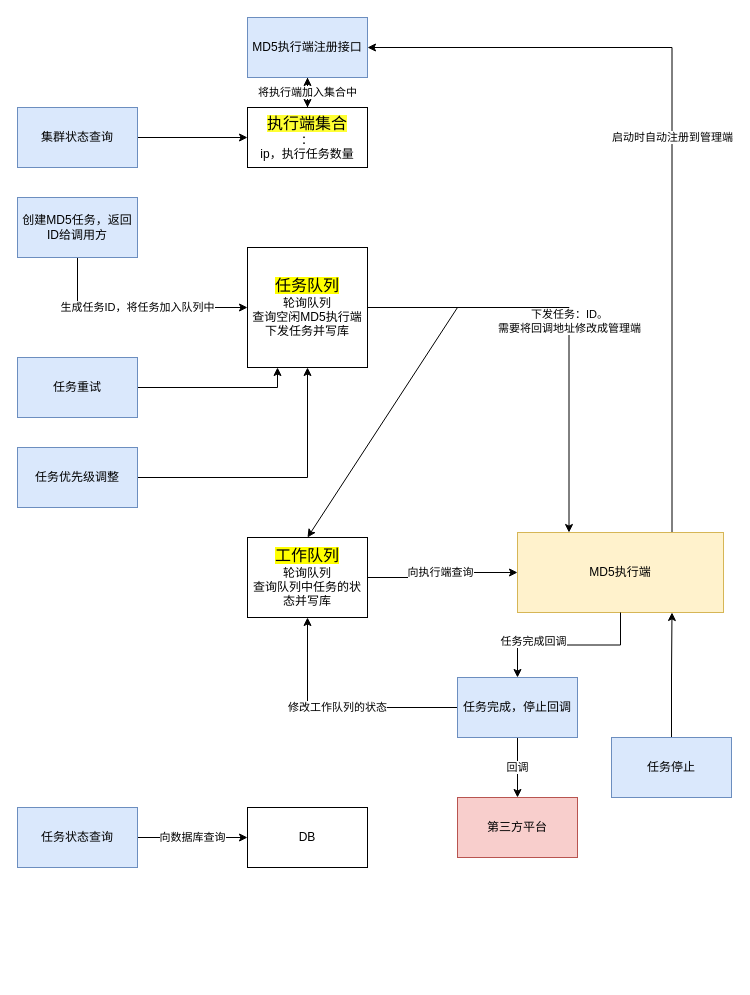
This is page "MD5管理端" (2 of 3) of md5.drawio from yzykami/MD5_draw, a draw.io file, before an edit. Source tidied: cells renumbered, new cells numbered last; positions are measured from the earlier drawing's top-left corner, leaving out a move shared by most shapes. Both pictures are drawn from the tidied source at 100%, with x=0, y=0 at pixel (17, 17).
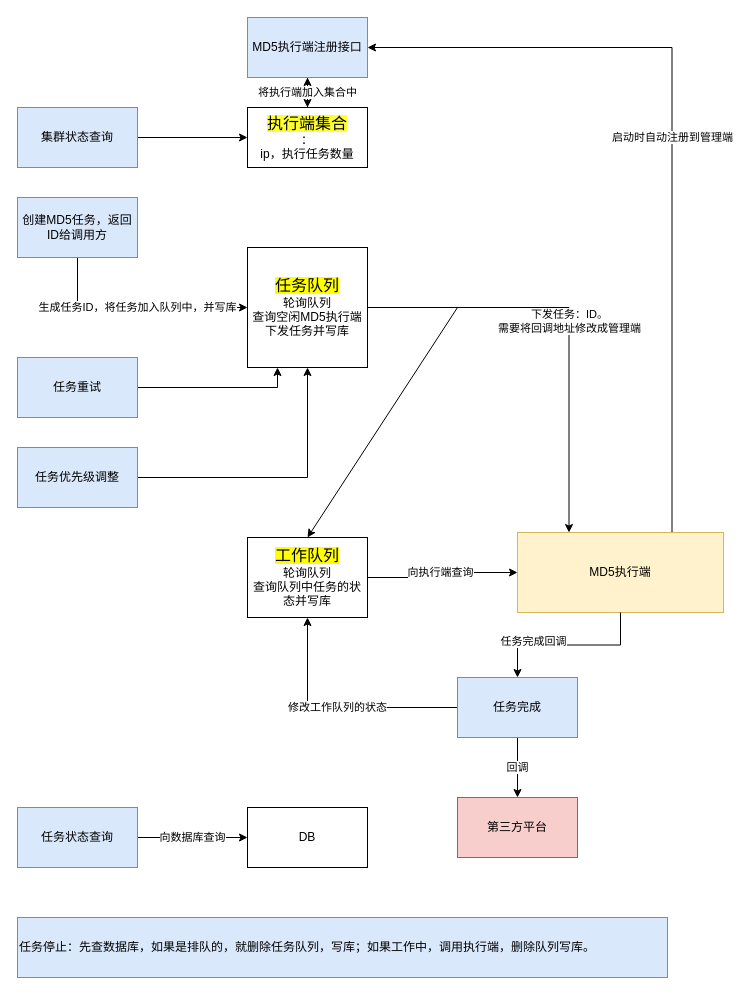
The same page after the edit.

The change refers to these unchanged cells:
```xml
<mxCell id="4" value="创建MD5任务，返回ID给调用方" style="rounded=0;whiteSpace=wrap;html=1;fillColor=#dae8fc;strokeColor=#6c8ebf;" parent="1" vertex="1">
  <mxGeometry y="180" width="120" height="60" as="geometry" />
</mxCell>
<mxCell id="8" value="MD5执行端" style="rounded=0;whiteSpace=wrap;html=1;fillColor=#fff2cc;strokeColor=#d6b656;" parent="1" vertex="1">
  <mxGeometry x="500" y="515" width="206" height="80" as="geometry" />
</mxCell>
<mxCell id="9" value="&lt;font style=&quot;font-size: 16px ; background-color: rgb(255 , 255 , 0)&quot;&gt;任务队列&lt;/font&gt;&lt;br&gt;轮询队列&lt;br&gt;查询空闲MD5执行端&lt;br&gt;下发任务并写库" style="whiteSpace=wrap;html=1;" parent="1" vertex="1">
  <mxGeometry x="230" y="230" width="120" height="120" as="geometry" />
</mxCell>
```

Diff of the diagram source:
```diff
@@
-    <mxCell id="3" value="生成任务ID，将任务加入队列中" style="edgeStyle=orthogonalEdgeStyle;rounded=0;jettySize=auto;html=1;entryX=0;entryY=0.5;entryDx=0;entryDy=0;exitX=0.5;exitY=1;exitDx=0;exitDy=0;" parent="1" edge="1" source="4" target="9">
+    <mxCell id="3" value="生成任务ID，将任务加入队列中，并写库" style="edgeStyle=orthogonalEdgeStyle;rounded=0;jettySize=auto;html=1;entryX=0;entryY=0.5;entryDx=0;entryDy=0;exitX=0.5;exitY=1;exitDx=0;exitDy=0;" parent="1" edge="1" source="4" target="9">
       <mxGeometry relative="1" as="geometry" />
     </mxCell>
@@
-    <mxCell id="18" style="edgeStyle=orthogonalEdgeStyle;rounded=0;jettySize=auto;html=1;entryX=0.75;entryY=1;entryDx=0;entryDy=0;" parent="1" edge="1" source="19" target="8">
-      <mxGeometry relative="1" as="geometry" />
-    </mxCell>
-    <mxCell id="19" value="任务停止" style="rounded=0;whiteSpace=wrap;html=1;fillColor=#dae8fc;strokeColor=#6c8ebf;" parent="1" vertex="1">
-      <mxGeometry x="594" y="720" width="120" height="60" as="geometry" />
+    <mxCell id="19" value="任务停止：先查数据库，如果是排队的，就删除任务队列，写库；如果工作中，调用执行端，删除队列写库。" style="rounded=0;whiteSpace=wrap;html=1;fillColor=#dae8fc;strokeColor=#6c8ebf;align=left;" parent="1" vertex="1">
+      <mxGeometry y="900" width="650" height="60" as="geometry" />
     </mxCell>
@@
-    <mxCell id="26" value="任务完成，停止回调" style="rounded=0;whiteSpace=wrap;html=1;fillColor=#dae8fc;strokeColor=#6c8ebf;" parent="1" vertex="1">
+    <mxCell id="26" value="任务完成" style="rounded=0;whiteSpace=wrap;html=1;fillColor=#dae8fc;strokeColor=#6c8ebf;" parent="1" vertex="1">
       <mxGeometry x="440" y="660" width="120" height="60" as="geometry" />
     </mxCell>
```
